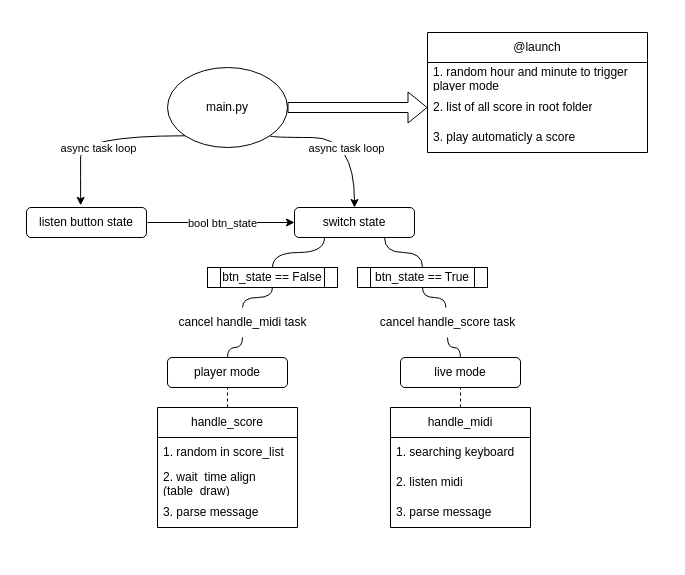
lan-ensad/cloches-sous-tension keeps this draw.io diagram as ressources/diagram_software.drawio. Above is the earlier version. Source tidied: cells renumbered, new cells numbered last; positions are measured from the earlier drawing's top-left corner, leaving out a move shared by most shapes. Both pictures are drawn from the tidied source at 100%, with x=0, y=0 at pixel (26, 32).
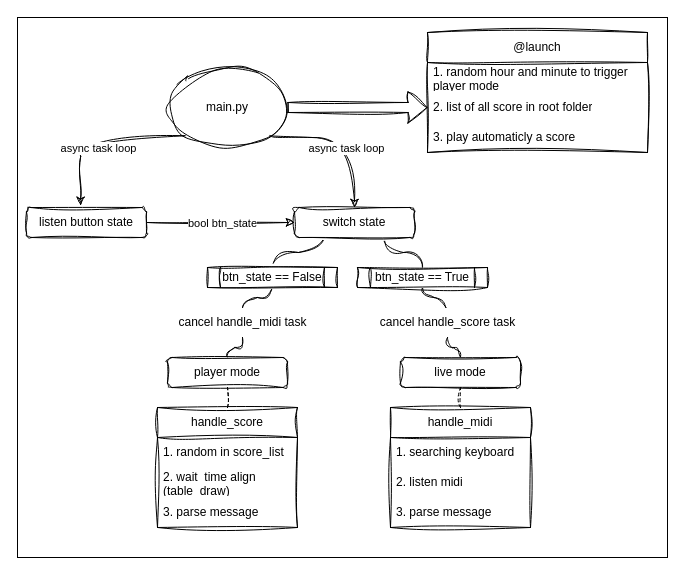
After the change.

Diff of the diagram source:
```diff
@@
+    <mxCell id="38" style="rounded=0;whiteSpace=wrap;html=1;hachureGap=4;fontFamily=Architects Daughter;fontSize=20;" parent="1" vertex="1">
+      <mxGeometry x="-9" y="-15" width="650" height="540" as="geometry" />
+    </mxCell>
-    <mxCell id="2" value="main.py" style="ellipse;whiteSpace=wrap;html=1;" parent="1" vertex="1">
+    <mxCell id="2" value="main.py" style="ellipse;whiteSpace=wrap;html=1;sketch=1;curveFitting=1;jiggle=2;" parent="1" vertex="1">
       <mxGeometry x="141" y="35" width="120" height="80" as="geometry" />
     </mxCell>
-    <mxCell id="3" value="listen button state" style="rounded=1;whiteSpace=wrap;html=1;" parent="1" vertex="1">
+    <mxCell id="3" value="listen button state" style="rounded=1;whiteSpace=wrap;html=1;sketch=1;curveFitting=1;jiggle=2;" parent="1" vertex="1">
       <mxGeometry y="175" width="120" height="30" as="geometry" />
     </mxCell>
-    <mxCell id="4" style="edgeStyle=orthogonalEdgeStyle;html=1;exitX=0.75;exitY=1;exitDx=0;exitDy=0;entryX=0.5;entryY=0;entryDx=0;entryDy=0;endArrow=none;endFill=0;curved=1;" parent="1" edge="1" source="6" target="33">
+    <mxCell id="4" style="edgeStyle=orthogonalEdgeStyle;html=1;exitX=0.75;exitY=1;exitDx=0;exitDy=0;entryX=0.5;entryY=0;entryDx=0;entryDy=0;endArrow=none;endFill=0;curved=1;sketch=1;curveFitting=1;jiggle=2;" parent="1" edge="1" source="6" target="33">
       <mxGeometry relative="1" as="geometry" />
     </mxCell>
-    <mxCell id="5" style="edgeStyle=orthogonalEdgeStyle;html=1;exitX=0.25;exitY=1;exitDx=0;exitDy=0;entryX=0.5;entryY=0;entryDx=0;entryDy=0;endArrow=none;endFill=0;curved=1;" parent="1" edge="1" source="6" target="35">
+    <mxCell id="5" style="edgeStyle=orthogonalEdgeStyle;html=1;exitX=0.25;exitY=1;exitDx=0;exitDy=0;entryX=0.5;entryY=0;entryDx=0;entryDy=0;endArrow=none;endFill=0;curved=1;sketch=1;curveFitting=1;jiggle=2;" parent="1" edge="1" source="6" target="35">
       <mxGeometry relative="1" as="geometry" />
     </mxCell>
-    <mxCell id="6" value="switch state" style="rounded=1;whiteSpace=wrap;html=1;" parent="1" vertex="1">
+    <mxCell id="6" value="switch state" style="rounded=1;whiteSpace=wrap;html=1;sketch=1;curveFitting=1;jiggle=2;" parent="1" vertex="1">
       <mxGeometry x="268" y="175" width="120" height="30" as="geometry" />
     </mxCell>
-    <mxCell id="7" style="edgeStyle=orthogonalEdgeStyle;html=1;exitX=0.5;exitY=0;exitDx=0;exitDy=0;endArrow=none;endFill=0;curved=1;" parent="1" edge="1" source="8" target="36">
+    <mxCell id="7" style="edgeStyle=orthogonalEdgeStyle;html=1;exitX=0.5;exitY=0;exitDx=0;exitDy=0;endArrow=none;endFill=0;curved=1;sketch=1;curveFitting=1;jiggle=2;" parent="1" edge="1" source="8" target="36">
       <mxGeometry relative="1" as="geometry" />
     </mxCell>
-    <mxCell id="8" value="live mode" style="rounded=1;whiteSpace=wrap;html=1;" parent="1" vertex="1">
+    <mxCell id="8" value="live mode" style="rounded=1;whiteSpace=wrap;html=1;sketch=1;curveFitting=1;jiggle=2;" parent="1" vertex="1">
       <mxGeometry x="374" y="325" width="120" height="30" as="geometry" />
     </mxCell>
-    <mxCell id="9" style="edgeStyle=orthogonalEdgeStyle;html=1;exitX=0.5;exitY=0;exitDx=0;exitDy=0;endArrow=none;endFill=0;curved=1;" parent="1" edge="1" source="10" target="37">
+    <mxCell id="9" style="edgeStyle=orthogonalEdgeStyle;html=1;exitX=0.5;exitY=0;exitDx=0;exitDy=0;endArrow=none;endFill=0;curved=1;sketch=1;curveFitting=1;jiggle=2;" parent="1" edge="1" source="10" target="37">
       <mxGeometry relative="1" as="geometry" />
     </mxCell>
-    <mxCell id="10" value="player mode" style="rounded=1;whiteSpace=wrap;html=1;" parent="1" vertex="1">
+    <mxCell id="10" value="player mode" style="rounded=1;whiteSpace=wrap;html=1;sketch=1;curveFitting=1;jiggle=2;" parent="1" vertex="1">
       <mxGeometry x="141" y="325" width="120" height="30" as="geometry" />
     </mxCell>
-    <mxCell id="11" value="handle_midi" style="swimlane;fontStyle=0;horizontal=1;startSize=30;whiteSpace=wrap;html=1;" parent="1" vertex="1">
+    <mxCell id="11" value="handle_midi" style="swimlane;fontStyle=0;horizontal=1;startSize=30;whiteSpace=wrap;html=1;sketch=1;curveFitting=1;jiggle=2;" parent="1" vertex="1">
       <mxGeometry x="364" y="375" width="140" height="120" as="geometry" />
     </mxCell>
-    <mxCell id="12" value="1. searching keyboard" style="text;strokeColor=none;fillColor=none;align=left;verticalAlign=middle;spacingLeft=4;spacingRight=4;overflow=hidden;whiteSpace=wrap;html=1;" parent="11" vertex="1">
+    <mxCell id="12" value="1. searching keyboard" style="text;strokeColor=none;fillColor=none;align=left;verticalAlign=middle;spacingLeft=4;spacingRight=4;overflow=hidden;whiteSpace=wrap;html=1;sketch=1;curveFitting=1;jiggle=2;" parent="11" vertex="1">
       <mxGeometry y="30" width="140" height="30" as="geometry" />
     </mxCell>
-    <mxCell id="13" value="2. listen midi" style="text;strokeColor=none;fillColor=none;align=left;verticalAlign=middle;spacingLeft=4;spacingRight=4;overflow=hidden;whiteSpace=wrap;html=1;" parent="11" vertex="1">
+    <mxCell id="13" value="2. listen midi" style="text;strokeColor=none;fillColor=none;align=left;verticalAlign=middle;spacingLeft=4;spacingRight=4;overflow=hidden;whiteSpace=wrap;html=1;sketch=1;curveFitting=1;jiggle=2;" parent="11" vertex="1">
       <mxGeometry y="60" width="140" height="30" as="geometry" />
     </mxCell>
-    <mxCell id="14" value="3. parse message" style="text;strokeColor=none;fillColor=none;align=left;verticalAlign=middle;spacingLeft=4;spacingRight=4;overflow=hidden;whiteSpace=wrap;html=1;" parent="11" vertex="1">
+    <mxCell id="14" value="3. parse message" style="text;strokeColor=none;fillColor=none;align=left;verticalAlign=middle;spacingLeft=4;spacingRight=4;overflow=hidden;whiteSpace=wrap;html=1;sketch=1;curveFitting=1;jiggle=2;" parent="11" vertex="1">
       <mxGeometry y="90" width="140" height="30" as="geometry" />
     </mxCell>
-    <mxCell id="15" value="handle_score" style="swimlane;fontStyle=0;horizontal=1;startSize=30;whiteSpace=wrap;html=1;" parent="1" vertex="1">
+    <mxCell id="15" value="handle_score" style="swimlane;fontStyle=0;horizontal=1;startSize=30;whiteSpace=wrap;html=1;sketch=1;curveFitting=1;jiggle=2;" parent="1" vertex="1">
       <mxGeometry x="131" y="375" width="140" height="120" as="geometry" />
     </mxCell>
-    <mxCell id="16" value="1. random in score_list" style="text;strokeColor=none;fillColor=none;align=left;verticalAlign=middle;spacingLeft=4;spacingRight=4;overflow=hidden;whiteSpace=wrap;html=1;" parent="15" vertex="1">
+    <mxCell id="16" value="1. random in score_list" style="text;strokeColor=none;fillColor=none;align=left;verticalAlign=middle;spacingLeft=4;spacingRight=4;overflow=hidden;whiteSpace=wrap;html=1;sketch=1;curveFitting=1;jiggle=2;" parent="15" vertex="1">
       <mxGeometry y="30" width="140" height="30" as="geometry" />
     </mxCell>
-    <mxCell id="17" value="2. wait&amp;nbsp; time align (table_draw)" style="text;strokeColor=none;fillColor=none;align=left;verticalAlign=middle;spacingLeft=4;spacingRight=4;overflow=hidden;whiteSpace=wrap;html=1;" parent="15" vertex="1">
+    <mxCell id="17" value="2. wait&amp;nbsp; time align (table_draw)" style="text;strokeColor=none;fillColor=none;align=left;verticalAlign=middle;spacingLeft=4;spacingRight=4;overflow=hidden;whiteSpace=wrap;html=1;sketch=1;curveFitting=1;jiggle=2;" parent="15" vertex="1">
       <mxGeometry y="60" width="140" height="30" as="geometry" />
     </mxCell>
-    <mxCell id="18" value="3. parse message" style="text;strokeColor=none;fillColor=none;align=left;verticalAlign=middle;spacingLeft=4;spacingRight=4;overflow=hidden;whiteSpace=wrap;html=1;" parent="15" vertex="1">
+    <mxCell id="18" value="3. parse message" style="text;strokeColor=none;fillColor=none;align=left;verticalAlign=middle;spacingLeft=4;spacingRight=4;overflow=hidden;whiteSpace=wrap;html=1;sketch=1;curveFitting=1;jiggle=2;" parent="15" vertex="1">
       <mxGeometry y="90" width="140" height="30" as="geometry" />
     </mxCell>
-    <mxCell id="19" value="@launch" style="swimlane;fontStyle=0;horizontal=1;startSize=30;whiteSpace=wrap;html=1;swimlaneLine=1;" parent="1" vertex="1">
+    <mxCell id="19" value="@launch" style="swimlane;fontStyle=0;horizontal=1;startSize=30;whiteSpace=wrap;html=1;swimlaneLine=1;sketch=1;curveFitting=1;jiggle=2;" parent="1" vertex="1">
       <mxGeometry x="401" width="220" height="120" as="geometry" />
     </mxCell>
-    <mxCell id="20" value="1. random hour and minute to trigger player mode" style="text;strokeColor=none;fillColor=none;align=left;verticalAlign=middle;spacingLeft=4;spacingRight=4;overflow=hidden;whiteSpace=wrap;html=1;" parent="19" vertex="1">
+    <mxCell id="20" value="1. random hour and minute to trigger player mode" style="text;strokeColor=none;fillColor=none;align=left;verticalAlign=middle;spacingLeft=4;spacingRight=4;overflow=hidden;whiteSpace=wrap;html=1;sketch=1;curveFitting=1;jiggle=2;" parent="19" vertex="1">
       <mxGeometry y="30" width="220" height="30" as="geometry" />
     </mxCell>
-    <mxCell id="21" value="2. list of all score in root folder" style="text;strokeColor=none;fillColor=none;align=left;verticalAlign=middle;spacingLeft=4;spacingRight=4;overflow=hidden;points=[[0,0.5],[1,0.5]];portConstraint=eastwest;whiteSpace=wrap;html=1;" parent="19" vertex="1">
+    <mxCell id="21" value="2. list of all score in root folder" style="text;strokeColor=none;fillColor=none;align=left;verticalAlign=middle;spacingLeft=4;spacingRight=4;overflow=hidden;points=[[0,0.5],[1,0.5]];portConstraint=eastwest;whiteSpace=wrap;html=1;sketch=1;curveFitting=1;jiggle=2;" parent="19" vertex="1">
       <mxGeometry y="60" width="220" height="30" as="geometry" />
     </mxCell>
-    <mxCell id="22" value="3. play automaticly a score" style="text;strokeColor=none;fillColor=none;align=left;verticalAlign=middle;spacingLeft=4;spacingRight=4;overflow=hidden;whiteSpace=wrap;html=1;" parent="19" vertex="1">
+    <mxCell id="22" value="3. play automaticly a score" style="text;strokeColor=none;fillColor=none;align=left;verticalAlign=middle;spacingLeft=4;spacingRight=4;overflow=hidden;whiteSpace=wrap;html=1;sketch=1;curveFitting=1;jiggle=2;" parent="19" vertex="1">
       <mxGeometry y="90" width="220" height="30" as="geometry" />
     </mxCell>
-    <mxCell id="23" style="endArrow=none;dashed=1;html=1;entryX=0.5;entryY=1;entryDx=0;entryDy=0;exitX=0.5;exitY=0;exitDx=0;exitDy=0;" parent="1" edge="1" source="11" target="8">
+    <mxCell id="23" style="endArrow=none;dashed=1;html=1;entryX=0.5;entryY=1;entryDx=0;entryDy=0;exitX=0.5;exitY=0;exitDx=0;exitDy=0;sketch=1;curveFitting=1;jiggle=2;" parent="1" edge="1" source="11" target="8">
       <mxGeometry relative="1" as="geometry" />
     </mxCell>
-    <mxCell id="24" style="endArrow=none;dashed=1;html=1;entryX=0.5;entryY=1;entryDx=0;entryDy=0;" parent="1" edge="1" source="15" target="10">
+    <mxCell id="24" style="endArrow=none;dashed=1;html=1;entryX=0.5;entryY=1;entryDx=0;entryDy=0;sketch=1;curveFitting=1;jiggle=2;" parent="1" edge="1" source="15" target="10">
       <mxGeometry relative="1" as="geometry" />
     </mxCell>
-    <mxCell id="25" style="endArrow=classic;html=1;entryX=0;entryY=0.5;entryDx=0;entryDy=0;" parent="1" edge="1" target="6">
+    <mxCell id="25" style="endArrow=classic;html=1;entryX=0;entryY=0.5;entryDx=0;entryDy=0;sketch=1;curveFitting=1;jiggle=2;" parent="1" edge="1" target="6">
       <mxGeometry relative="1" as="geometry">
         <mxPoint x="121" y="190" as="sourcePoint" />
       </mxGeometry>
     </mxCell>
-    <mxCell id="26" value="bool btn_state" style="edgeLabel;html=1;align=center;verticalAlign=middle;" parent="25" vertex="1">
+    <mxCell id="26" value="bool btn_state" style="edgeLabel;html=1;align=center;verticalAlign=middle;sketch=1;curveFitting=1;jiggle=2;" parent="25" vertex="1">
       <mxGeometry relative="1" as="geometry" />
     </mxCell>
-    <mxCell id="27" style="endArrow=classic;html=1;entryX=0.451;entryY=-0.072;entryDx=0;entryDy=0;exitX=0;exitY=1;exitDx=0;exitDy=0;entryPerimeter=0;edgeStyle=orthogonalEdgeStyle;curved=1;" parent="1" edge="1" source="2" target="3">
+    <mxCell id="27" style="endArrow=classic;html=1;entryX=0.451;entryY=-0.072;entryDx=0;entryDy=0;exitX=0;exitY=1;exitDx=0;exitDy=0;entryPerimeter=0;edgeStyle=orthogonalEdgeStyle;curved=1;sketch=1;curveFitting=1;jiggle=2;" parent="1" edge="1" source="2" target="3">
       <mxGeometry relative="1" as="geometry" />
     </mxCell>
-    <mxCell id="28" value="async task loop" style="edgeLabel;html=1;align=center;verticalAlign=middle;" parent="27" vertex="1">
+    <mxCell id="28" value="async task loop" style="edgeLabel;html=1;align=center;verticalAlign=middle;sketch=1;curveFitting=1;jiggle=2;" parent="27" vertex="1">
       <mxGeometry relative="1" as="geometry">
         <mxPoint y="12" as="offset" />
       </mxGeometry>
     </mxCell>
-    <mxCell id="29" style="endArrow=classic;html=1;entryX=0.5;entryY=0;entryDx=0;entryDy=0;exitX=1;exitY=1;exitDx=0;exitDy=0;edgeStyle=orthogonalEdgeStyle;curved=1;" parent="1" edge="1" source="2" target="6">
+    <mxCell id="29" style="endArrow=classic;html=1;entryX=0.5;entryY=0;entryDx=0;entryDy=0;exitX=1;exitY=1;exitDx=0;exitDy=0;edgeStyle=orthogonalEdgeStyle;curved=1;sketch=1;curveFitting=1;jiggle=2;" parent="1" edge="1" source="2" target="6">
       <mxGeometry relative="1" as="geometry">
         <Array as="points">
           <mxPoint x="243" y="105" />
           <mxPoint x="328" y="105" />
         </Array>
       </mxGeometry>
     </mxCell>
-    <mxCell id="30" value="async task loop" style="edgeLabel;html=1;align=center;verticalAlign=middle;" parent="29" vertex="1">
+    <mxCell id="30" value="async task loop" style="edgeLabel;html=1;align=center;verticalAlign=middle;sketch=1;curveFitting=1;jiggle=2;" parent="29" vertex="1">
       <mxGeometry relative="1" as="geometry">
         <mxPoint y="10" as="offset" />
       </mxGeometry>
     </mxCell>
-    <mxCell id="31" style="shape=flexArrow;endArrow=classic;html=1;curved=1;entryX=0;entryY=0.5;entryDx=0;entryDy=0;exitX=1;exitY=0.5;exitDx=0;exitDy=0;" parent="1" edge="1" source="2" target="21">
+    <mxCell id="31" style="shape=flexArrow;endArrow=classic;html=1;curved=1;entryX=0;entryY=0.5;entryDx=0;entryDy=0;exitX=1;exitY=0.5;exitDx=0;exitDy=0;sketch=1;curveFitting=1;jiggle=2;" parent="1" edge="1" source="2" target="21">
       <mxGeometry relative="1" as="geometry" />
     </mxCell>
-    <mxCell id="32" style="edgeStyle=orthogonalEdgeStyle;html=1;exitX=0.5;exitY=1;exitDx=0;exitDy=0;entryX=0.49;entryY=0.003;entryDx=0;entryDy=0;entryPerimeter=0;endArrow=none;endFill=0;curved=1;" parent="1" edge="1" source="33" target="36">
+    <mxCell id="32" style="edgeStyle=orthogonalEdgeStyle;html=1;exitX=0.5;exitY=1;exitDx=0;exitDy=0;entryX=0.49;entryY=0.003;entryDx=0;entryDy=0;entryPerimeter=0;endArrow=none;endFill=0;curved=1;sketch=1;curveFitting=1;jiggle=2;" parent="1" edge="1" source="33" target="36">
       <mxGeometry relative="1" as="geometry" />
     </mxCell>
-    <mxCell id="33" value="btn_state == True" style="shape=process;whiteSpace=wrap;html=1;backgroundOutline=1;" parent="1" vertex="1">
+    <mxCell id="33" value="btn_state == True" style="shape=process;whiteSpace=wrap;html=1;backgroundOutline=1;sketch=1;curveFitting=1;jiggle=2;" parent="1" vertex="1">
       <mxGeometry x="331" y="235" width="130" height="20" as="geometry" />
     </mxCell>
-    <mxCell id="34" style="edgeStyle=orthogonalEdgeStyle;html=1;exitX=0.5;exitY=1;exitDx=0;exitDy=0;endArrow=none;endFill=0;curved=1;" parent="1" edge="1" source="35" target="37">
+    <mxCell id="34" style="edgeStyle=orthogonalEdgeStyle;html=1;exitX=0.5;exitY=1;exitDx=0;exitDy=0;endArrow=none;endFill=0;curved=1;sketch=1;curveFitting=1;jiggle=2;" parent="1" edge="1" source="35" target="37">
       <mxGeometry relative="1" as="geometry" />
     </mxCell>
-    <mxCell id="35" value="btn_state == False" style="shape=process;whiteSpace=wrap;html=1;backgroundOutline=1;" parent="1" vertex="1">
+    <mxCell id="35" value="btn_state == False" style="shape=process;whiteSpace=wrap;html=1;backgroundOutline=1;sketch=1;curveFitting=1;jiggle=2;" parent="1" vertex="1">
       <mxGeometry x="181" y="235" width="130" height="20" as="geometry" />
     </mxCell>
-    <mxCell id="36" value="cancel handle_score task" style="text;html=1;align=center;verticalAlign=middle;points=[];strokeColor=none;fillColor=none;" parent="1" vertex="1">
+    <mxCell id="36" value="cancel handle_score task" style="text;html=1;align=center;verticalAlign=middle;points=[];strokeColor=none;fillColor=none;sketch=1;curveFitting=1;jiggle=2;" parent="1" vertex="1">
       <mxGeometry x="341" y="275" width="160" height="30" as="geometry" />
     </mxCell>
-    <mxCell id="37" value="cancel handle_midi task" style="text;html=1;align=center;verticalAlign=middle;points=[];strokeColor=none;fillColor=none;" parent="1" vertex="1">
+    <mxCell id="37" value="cancel handle_midi task" style="text;html=1;align=center;verticalAlign=middle;points=[];strokeColor=none;fillColor=none;sketch=1;curveFitting=1;jiggle=2;" parent="1" vertex="1">
       <mxGeometry x="141" y="275" width="150" height="30" as="geometry" />
     </mxCell>
```
